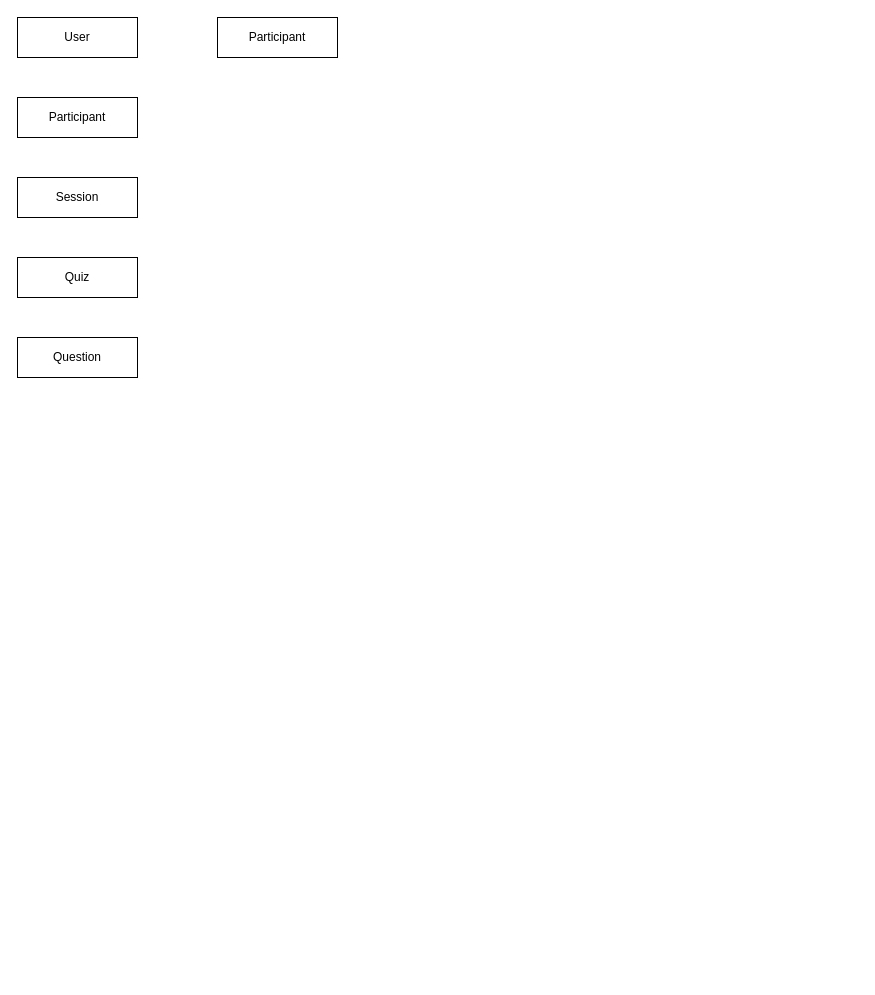
Above: quizzer.drawio in GeorgeShvab/diagrams (draw.io), before the change. Source tidied: cells renumbered, new cells numbered last; positions are measured from the earlier drawing's top-left corner, leaving out a move shared by most shapes. Both pictures are drawn from the tidied source at 100%, with x=0, y=0 at pixel (17, 17).
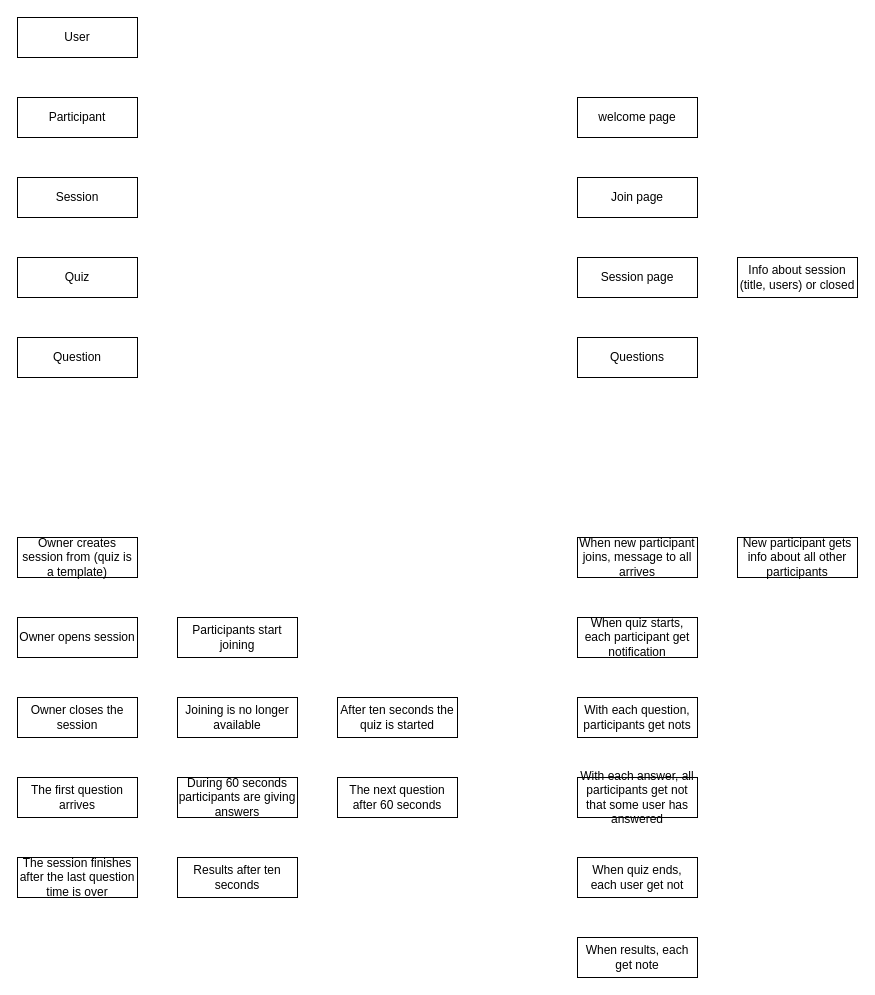
The same diagram, later.

The edit, as a diff of the source:
```diff
@@
-    <mxCell id="7" value="Participant" style="rounded=0;whiteSpace=wrap;html=1;" parent="1" vertex="1">
-      <mxGeometry x="200" width="120" height="40" as="geometry" />
-    </mxCell>
+    <mxCell id="8" value="Owner creates session from (quiz is a template)" style="rounded=0;whiteSpace=wrap;html=1;" parent="1" vertex="1">
+      <mxGeometry y="520" width="120" height="40" as="geometry" />
+    </mxCell>
+    <mxCell id="9" value="Owner opens session" style="rounded=0;whiteSpace=wrap;html=1;" parent="1" vertex="1">
+      <mxGeometry y="600" width="120" height="40" as="geometry" />
+    </mxCell>
+    <mxCell id="10" value="Participants start joining" style="rounded=0;whiteSpace=wrap;html=1;" parent="1" vertex="1">
+      <mxGeometry x="160" y="600" width="120" height="40" as="geometry" />
+    </mxCell>
+    <mxCell id="11" value="Owner closes the session" style="rounded=0;whiteSpace=wrap;html=1;" parent="1" vertex="1">
+      <mxGeometry y="680" width="120" height="40" as="geometry" />
+    </mxCell>
+    <mxCell id="12" value="Joining is no longer available" style="rounded=0;whiteSpace=wrap;html=1;" parent="1" vertex="1">
+      <mxGeometry x="160" y="680" width="120" height="40" as="geometry" />
+    </mxCell>
+    <mxCell id="13" value="After ten seconds the quiz is started" style="rounded=0;whiteSpace=wrap;html=1;" parent="1" vertex="1">
+      <mxGeometry x="320" y="680" width="120" height="40" as="geometry" />
+    </mxCell>
+    <mxCell id="14" value="The first question arrives" style="rounded=0;whiteSpace=wrap;html=1;" parent="1" vertex="1">
+      <mxGeometry y="760" width="120" height="40" as="geometry" />
+    </mxCell>
+    <mxCell id="15" value="During 60 seconds participants are giving answers" style="rounded=0;whiteSpace=wrap;html=1;" parent="1" vertex="1">
+      <mxGeometry x="160" y="760" width="120" height="40" as="geometry" />
+    </mxCell>
+    <mxCell id="16" value="The next question after 60 seconds" style="rounded=0;whiteSpace=wrap;html=1;" parent="1" vertex="1">
+      <mxGeometry x="320" y="760" width="120" height="40" as="geometry" />
+    </mxCell>
+    <mxCell id="17" value="The session finishes after the last question time is over" style="rounded=0;whiteSpace=wrap;html=1;" parent="1" vertex="1">
+      <mxGeometry y="840" width="120" height="40" as="geometry" />
+    </mxCell>
+    <mxCell id="18" value="Results after ten seconds" style="rounded=0;whiteSpace=wrap;html=1;" parent="1" vertex="1">
+      <mxGeometry x="160" y="840" width="120" height="40" as="geometry" />
+    </mxCell>
+    <mxCell id="19" value="When new participant joins, message to all arrives" style="rounded=0;whiteSpace=wrap;html=1;" parent="1" vertex="1">
+      <mxGeometry x="560" y="520" width="120" height="40" as="geometry" />
+    </mxCell>
+    <mxCell id="20" value="New participant gets info about all other participants" style="rounded=0;whiteSpace=wrap;html=1;" parent="1" vertex="1">
+      <mxGeometry x="720" y="520" width="120" height="40" as="geometry" />
+    </mxCell>
+    <mxCell id="21" value="When quiz starts, each participant get notification" style="rounded=0;whiteSpace=wrap;html=1;" parent="1" vertex="1">
+      <mxGeometry x="560" y="600" width="120" height="40" as="geometry" />
+    </mxCell>
+    <mxCell id="22" value="With each question, participants get nots" style="rounded=0;whiteSpace=wrap;html=1;" parent="1" vertex="1">
+      <mxGeometry x="560" y="680" width="120" height="40" as="geometry" />
+    </mxCell>
+    <mxCell id="23" value="With each answer, all participants get not that some user has answered" style="rounded=0;whiteSpace=wrap;html=1;" parent="1" vertex="1">
+      <mxGeometry x="560" y="760" width="120" height="40" as="geometry" />
+    </mxCell>
+    <mxCell id="24" value="When quiz ends, each user get not" style="rounded=0;whiteSpace=wrap;html=1;" parent="1" vertex="1">
+      <mxGeometry x="560" y="840" width="120" height="40" as="geometry" />
+    </mxCell>
+    <mxCell id="25" value="When results, each get note" style="rounded=0;whiteSpace=wrap;html=1;" parent="1" vertex="1">
+      <mxGeometry x="560" y="920" width="120" height="40" as="geometry" />
+    </mxCell>
+    <mxCell id="26" value="welcome page" style="rounded=0;whiteSpace=wrap;html=1;" parent="1" vertex="1">
+      <mxGeometry x="560" y="80" width="120" height="40" as="geometry" />
+    </mxCell>
+    <mxCell id="27" value="Join page" style="rounded=0;whiteSpace=wrap;html=1;" parent="1" vertex="1">
+      <mxGeometry x="560" y="160" width="120" height="40" as="geometry" />
+    </mxCell>
+    <mxCell id="28" value="Session page" style="rounded=0;whiteSpace=wrap;html=1;" parent="1" vertex="1">
+      <mxGeometry x="560" y="240" width="120" height="40" as="geometry" />
+    </mxCell>
+    <mxCell id="29" value="Info about session (title, users) or closed" style="rounded=0;whiteSpace=wrap;html=1;" parent="1" vertex="1">
+      <mxGeometry x="720" y="240" width="120" height="40" as="geometry" />
+    </mxCell>
+    <mxCell id="30" value="Questions" style="rounded=0;whiteSpace=wrap;html=1;" parent="1" vertex="1">
+      <mxGeometry x="560" y="320" width="120" height="40" as="geometry" />
+    </mxCell>
```
